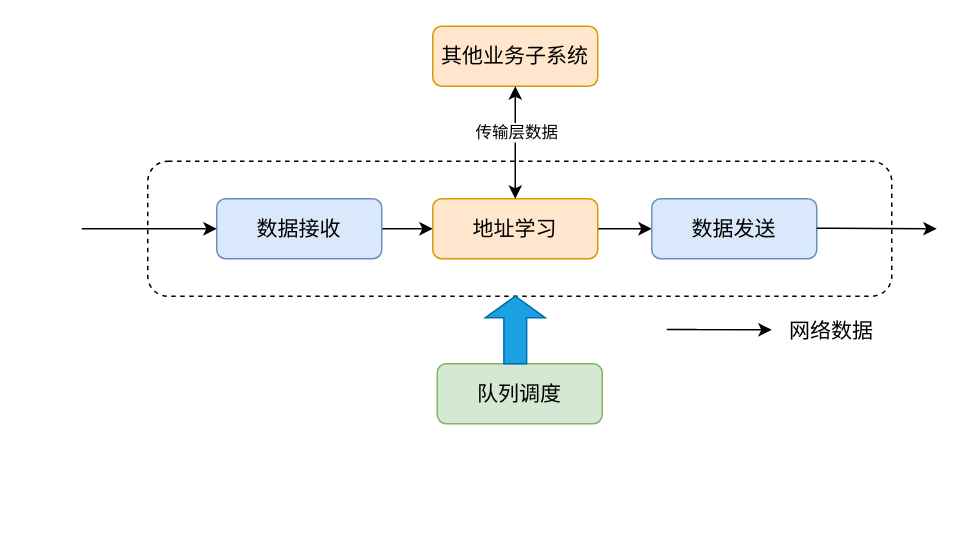
Above: 流量处理子系统信息流程图.drawio in qiuqiu1234/my-test-pro (draw.io), before the change. Source tidied: cells renumbered, new cells numbered last; positions are measured from the earlier drawing's top-left corner, leaving out a move shared by most shapes. Both pictures are drawn from the tidied source at 150%, with x=0, y=0 at pixel (81, 26).
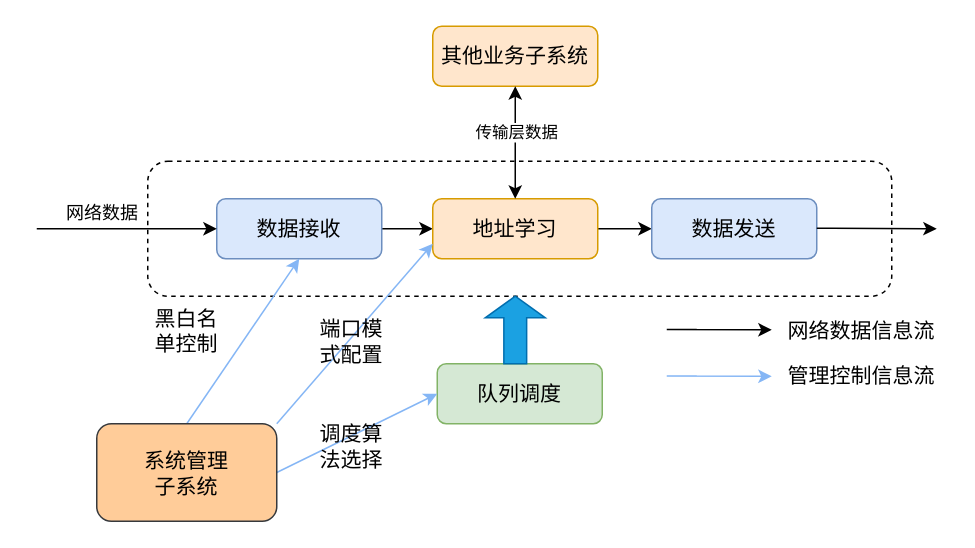
The same diagram, later.

Commit message (it also covers changes not shown here):
更新流量处理子系统信息流程图.drawio

The change refers to these unchanged cells:
```xml
<mxCell id="4" value="&lt;font style=&quot;font-size: 14px;&quot;&gt;数据接收&lt;/font&gt;" style="rounded=1;whiteSpace=wrap;html=1;fillColor=#dae8fc;strokeColor=#6c8ebf;" parent="1" vertex="1">
  <mxGeometry x="90" y="115" width="110" height="40" as="geometry" />
</mxCell>
<mxCell id="6" value="&lt;span style=&quot;font-size: 14px;&quot;&gt;地址学习&lt;/span&gt;" style="rounded=1;whiteSpace=wrap;html=1;fillColor=#ffe6cc;strokeColor=#d79b00;" parent="1" vertex="1">
  <mxGeometry x="234" y="115" width="110" height="40" as="geometry" />
</mxCell>
<mxCell id="8" value="&lt;font style=&quot;font-size: 14px;&quot;&gt;队列调度&lt;/font&gt;" style="rounded=1;whiteSpace=wrap;html=1;fillColor=#d5e8d4;strokeColor=#82b366;" parent="1" vertex="1">
  <mxGeometry x="237" y="225" width="110" height="40" as="geometry" />
</mxCell>
```

Diff of the diagram source:
```diff
@@
     <mxCell id="9" style="edgeStyle=orthogonalEdgeStyle;rounded=0;jettySize=auto;html=1;fontSize=14;entryX=0;entryY=0.5;entryDx=0;entryDy=0;" parent="1" edge="1" target="4">
       <mxGeometry relative="1" as="geometry">
-        <mxPoint x="10" y="135" as="sourcePoint" />
+        <mxPoint x="-30" y="135" as="sourcePoint" />
         <Array as="points">
           <mxPoint y="135" />
         </Array>
       </mxGeometry>
     </mxCell>
@@
-    <mxCell id="11" value="网络数据" style="text;html=1;strokeColor=none;fillColor=none;align=center;verticalAlign=middle;whiteSpace=wrap;rounded=0;fontSize=14;" parent="1" vertex="1">
-      <mxGeometry x="470" y="187.5" width="60" height="30" as="geometry" />
+    <mxCell id="11" value="网络数据信息流" style="text;html=1;strokeColor=none;fillColor=none;align=center;verticalAlign=middle;whiteSpace=wrap;rounded=0;fontSize=14;" parent="1" vertex="1">
+      <mxGeometry x="470" y="187.5" width="100" height="30" as="geometry" />
     </mxCell>
@@
+    <mxCell id="17" style="rounded=0;jettySize=auto;html=1;exitX=0.5;exitY=0;exitDx=0;exitDy=0;entryX=0.5;entryY=1;entryDx=0;entryDy=0;strokeColor=#85b6f5;" parent="1" edge="1" source="20" target="4">
+      <mxGeometry relative="1" as="geometry" />
+    </mxCell>
+    <mxCell id="18" style="edgeStyle=none;rounded=0;jettySize=auto;html=1;exitX=1;exitY=0;exitDx=0;exitDy=0;entryX=0;entryY=0.75;entryDx=0;entryDy=0;fillColor=#cce5ff;strokeColor=#85b6f5;" parent="1" edge="1" source="20" target="6">
+      <mxGeometry relative="1" as="geometry" />
+    </mxCell>
+    <mxCell id="19" style="edgeStyle=none;rounded=0;jettySize=auto;html=1;exitX=1;exitY=0.5;exitDx=0;exitDy=0;entryX=0;entryY=0.5;entryDx=0;entryDy=0;strokeColor=#85b6f5;" parent="1" edge="1" source="20" target="8">
+      <mxGeometry relative="1" as="geometry" />
+    </mxCell>
+    <mxCell id="20" value="&lt;span style=&quot;font-size: 14px;&quot;&gt;系统管理&lt;br&gt;子系统&lt;/span&gt;" style="rounded=1;whiteSpace=wrap;html=1;fillColor=#ffcc99;strokeColor=#36393d;" parent="1" vertex="1">
+      <mxGeometry x="10" y="265" width="120" height="65" as="geometry" />
+    </mxCell>
+    <mxCell id="21" value="网络数据" style="text;html=1;strokeColor=none;fillColor=none;align=center;verticalAlign=middle;whiteSpace=wrap;rounded=0;" parent="1" vertex="1">
+      <mxGeometry x="-16" y="110" width="60" height="30" as="geometry" />
+    </mxCell>
+    <mxCell id="22" value="黑白名&lt;br&gt;单控制" style="text;html=1;strokeColor=none;fillColor=none;align=center;verticalAlign=middle;whiteSpace=wrap;rounded=0;fontSize=14;" parent="1" vertex="1">
+      <mxGeometry x="40" y="187.5" width="60" height="30" as="geometry" />
+    </mxCell>
+    <mxCell id="23" value="端口模&lt;br&gt;式配置" style="text;html=1;strokeColor=none;fillColor=none;align=center;verticalAlign=middle;whiteSpace=wrap;rounded=0;fontSize=14;" parent="1" vertex="1">
+      <mxGeometry x="150" y="195" width="60" height="30" as="geometry" />
+    </mxCell>
+    <mxCell id="24" value="调度算&lt;br&gt;法选择" style="text;html=1;strokeColor=none;fillColor=none;align=center;verticalAlign=middle;whiteSpace=wrap;rounded=0;fontSize=14;" parent="1" vertex="1">
+      <mxGeometry x="150" y="265" width="60" height="30" as="geometry" />
+    </mxCell>
+    <mxCell id="25" style="edgeStyle=orthogonalEdgeStyle;rounded=0;orthogonalLoop=1;jettySize=auto;html=1;fontSize=14;strokeColor=#85b6f5;" parent="1" edge="1">
+      <mxGeometry relative="1" as="geometry">
+        <mxPoint x="410" y="233.1" as="sourcePoint" />
+        <mxPoint x="460" y="233.4" as="targetPoint" />
+        <Array as="points">
+          <mxPoint x="390" y="233.1" />
+        </Array>
+      </mxGeometry>
+    </mxCell>
+    <mxCell id="26" value="管理控制信息流" style="text;html=1;strokeColor=none;fillColor=none;align=center;verticalAlign=middle;whiteSpace=wrap;rounded=0;fontSize=14;" parent="1" vertex="1">
+      <mxGeometry x="470" y="217.5" width="100" height="30" as="geometry" />
+    </mxCell>
```
